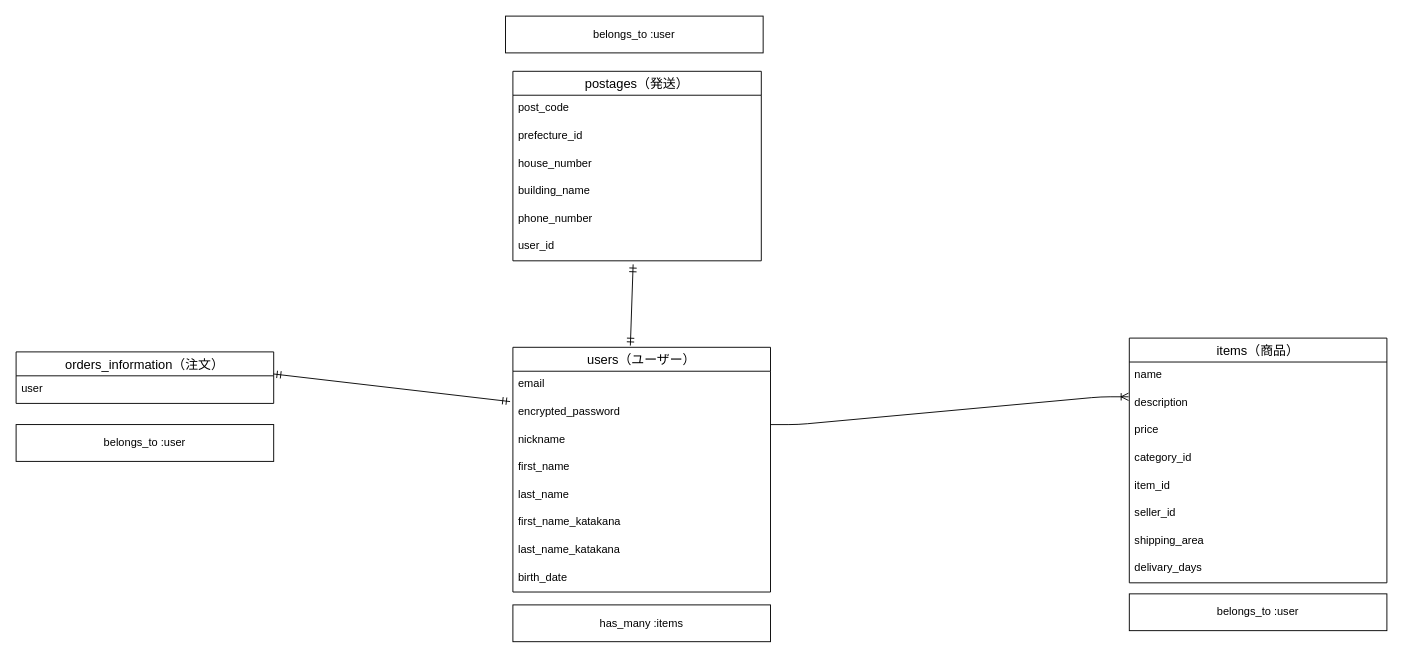
Earlier version of the draw.io diagram furima.dio (ippeiman/furima-39106). Source tidied: cells renumbered, new cells numbered last; positions are measured from the earlier drawing's top-left corner, leaving out a move shared by most shapes. Both pictures are drawn from the tidied source at 92%, with x=0, y=0 at pixel (16, 16).
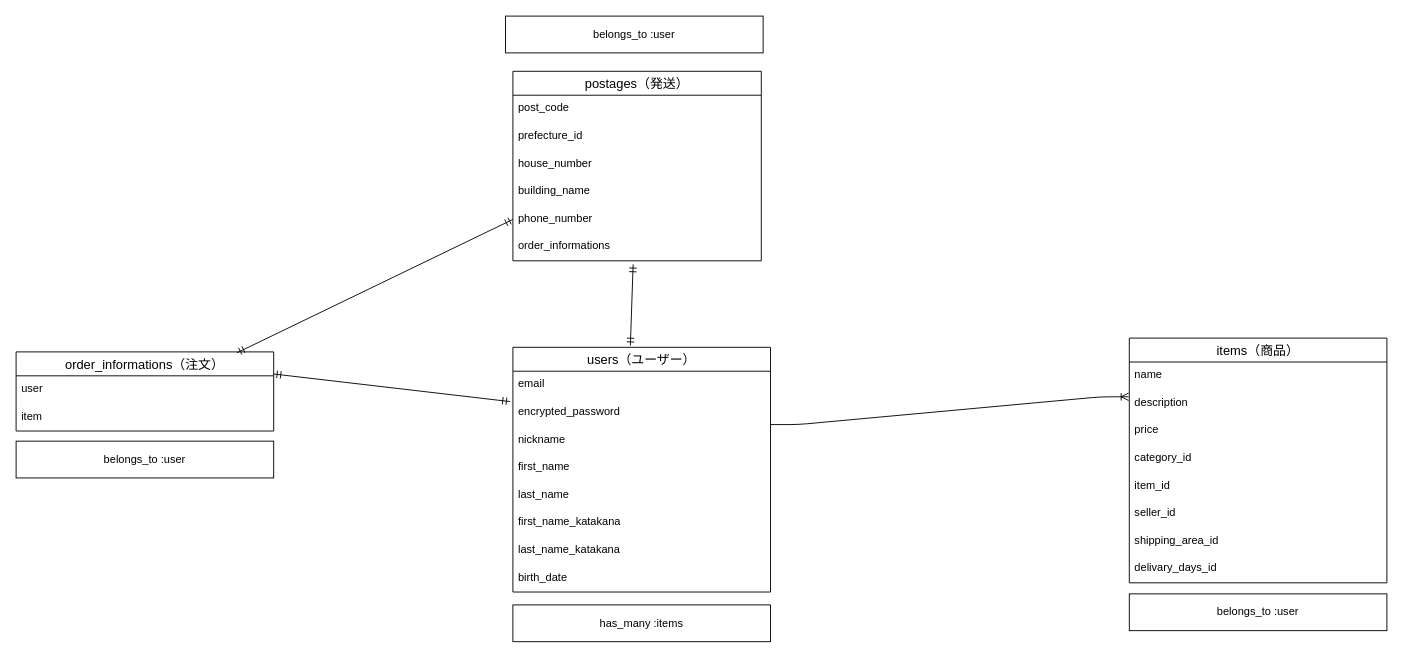
The same page after the edit.

Commit message (it also covers changes not shown here):
データベース設計rev.3

Unchanged cells that the change refers to:
```xml
<mxCell id="12" value="items（商品）" style="swimlane;fontStyle=0;horizontal=1;startSize=26;align=center;fontSize=14;" parent="1" vertex="1">
  <mxGeometry x="1210" y="350" width="280" height="266" as="geometry" />
</mxCell>
<mxCell id="27" value="postages（発送）" style="swimlane;fontStyle=0;horizontal=1;startSize=26;align=center;fontSize=14;" parent="1" vertex="1">
  <mxGeometry x="540" y="60" width="270" height="206" as="geometry" />
</mxCell>
<mxCell id="32" value="phone_number" style="text;strokeColor=none;fillColor=none;spacingLeft=4;spacingRight=4;overflow=hidden;points=[[0,0.5],[1,0.5]];portConstraint=eastwest;fontSize=12;" parent="27" vertex="1">
  <mxGeometry y="146" width="270" height="30" as="geometry" />
</mxCell>
```

Change to the diagram source:
```diff
@@
-    <mxCell id="19" value="shipping_area" style="text;strokeColor=none;fillColor=none;spacingLeft=4;spacingRight=4;overflow=hidden;fontSize=12;" parent="12" vertex="1">
+    <mxCell id="19" value="shipping_area_id" style="text;strokeColor=none;fillColor=none;spacingLeft=4;spacingRight=4;overflow=hidden;fontSize=12;" parent="12" vertex="1">
       <mxGeometry y="206" width="280" height="30" as="geometry" />
     </mxCell>
-    <mxCell id="20" value="delivary_days" style="text;strokeColor=none;fillColor=none;spacingLeft=4;spacingRight=4;overflow=hidden;fontSize=12;" parent="12" vertex="1">
+    <mxCell id="20" value="delivary_days_id" style="text;strokeColor=none;fillColor=none;spacingLeft=4;spacingRight=4;overflow=hidden;fontSize=12;" parent="12" vertex="1">
       <mxGeometry y="236" width="280" height="30" as="geometry" />
     </mxCell>
-    <mxCell id="21" value="orders_information（注文）" style="swimlane;fontStyle=0;horizontal=1;startSize=26;align=center;fontSize=14;" parent="1" vertex="1">
-      <mxGeometry y="365" width="280" height="56" as="geometry" />
+    <mxCell id="21" value="order_informations（注文）" style="swimlane;fontStyle=0;horizontal=1;startSize=26;align=center;fontSize=14;" parent="1" vertex="1">
+      <mxGeometry y="365" width="280" height="86" as="geometry" />
     </mxCell>
@@
+    <mxCell id="37" value="item" style="text;strokeColor=none;fillColor=none;spacingLeft=4;spacingRight=4;overflow=hidden;fontSize=12;" parent="21" vertex="1">
+      <mxGeometry y="56" width="280" height="30" as="geometry" />
+    </mxCell>
@@
     <mxCell id="26" value="belongs_to :user" style="whiteSpace=wrap;html=1;align=center;" parent="1" vertex="1">
-      <mxGeometry y="444" width="280" height="40" as="geometry" />
+      <mxGeometry y="462" width="280" height="40" as="geometry" />
     </mxCell>
@@
-    <mxCell id="33" value="user_id" style="text;strokeColor=none;fillColor=none;spacingLeft=4;spacingRight=4;overflow=hidden;points=[[0,0.5],[1,0.5]];portConstraint=eastwest;fontSize=12;" parent="27" vertex="1">
+    <mxCell id="33" value="order_informations" style="text;strokeColor=none;fillColor=none;spacingLeft=4;spacingRight=4;overflow=hidden;points=[[0,0.5],[1,0.5]];portConstraint=eastwest;fontSize=12;" parent="27" vertex="1">
       <mxGeometry y="176" width="270" height="30" as="geometry" />
     </mxCell>
@@
+    <mxCell id="38" style="fontSize=12;html=1;endArrow=ERmandOne;startArrow=ERmandOne;entryX=0;entryY=0.5;entryDx=0;entryDy=0;" parent="1" edge="1" target="32">
+      <mxGeometry relative="1" as="geometry">
+        <mxPoint x="240" y="366" as="sourcePoint" />
+      </mxGeometry>
+    </mxCell>
```
